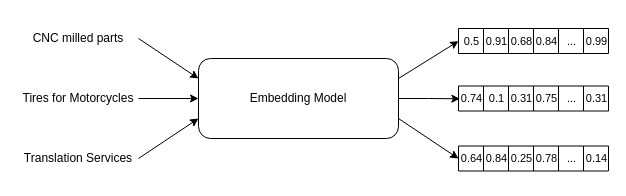
KaanDrn/diagrams keeps this draw.io diagram as paper1/example_encoding.drawio. Above is the earlier version. Source tidied: cells renumbered, new cells numbered last; positions are measured from the earlier drawing's top-left corner, leaving out a move shared by most shapes. Both pictures are drawn from the tidied source at 100%, with x=0, y=0 at pixel (18, 18).
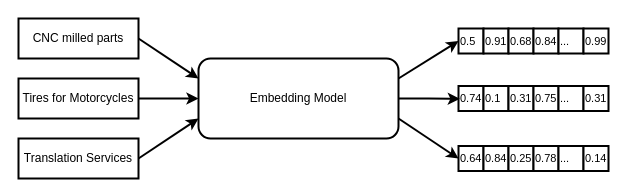
Above is the later version.

The edit, as a diff of the source:
```diff
@@
-    <mxCell id="2" value="CNC milled parts" style="text;html=1;align=center;verticalAlign=middle;whiteSpace=wrap;rounded=0;" parent="1" vertex="1">
+    <mxCell id="2" value="CNC milled parts" style="text;html=1;align=center;verticalAlign=middle;whiteSpace=wrap;rounded=0;strokeColor=default;strokeWidth=2;" parent="1" vertex="1">
       <mxGeometry width="120" height="40" as="geometry" />
     </mxCell>
-    <mxCell id="3" style="edgeStyle=orthogonalEdgeStyle;rounded=0;jettySize=auto;html=1;entryX=0;entryY=0.5;entryDx=0;entryDy=0;" parent="1" edge="1" source="4" target="6">
+    <mxCell id="3" style="edgeStyle=orthogonalEdgeStyle;rounded=0;jettySize=auto;html=1;entryX=0;entryY=0.5;entryDx=0;entryDy=0;strokeWidth=2;" parent="1" edge="1" source="4" target="6">
       <mxGeometry relative="1" as="geometry" />
     </mxCell>
-    <mxCell id="4" value="Tires for Motorcycles" style="text;html=1;align=center;verticalAlign=middle;whiteSpace=wrap;rounded=0;" parent="1" vertex="1">
+    <mxCell id="4" value="Tires for Motorcycles" style="text;html=1;align=center;verticalAlign=middle;whiteSpace=wrap;rounded=0;strokeColor=default;strokeWidth=2;" parent="1" vertex="1">
       <mxGeometry y="60" width="120" height="40" as="geometry" />
     </mxCell>
-    <mxCell id="5" value="Translation Services" style="text;html=1;align=center;verticalAlign=middle;whiteSpace=wrap;rounded=0;" parent="1" vertex="1">
+    <mxCell id="5" value="Translation Services" style="text;html=1;align=center;verticalAlign=middle;whiteSpace=wrap;rounded=0;strokeColor=default;strokeWidth=2;" parent="1" vertex="1">
       <mxGeometry y="120" width="120" height="40" as="geometry" />
     </mxCell>
-    <mxCell id="6" value="Embedding Model" style="rounded=1;whiteSpace=wrap;html=1;" parent="1" vertex="1">
+    <mxCell id="6" value="Embedding Model" style="rounded=1;whiteSpace=wrap;html=1;strokeWidth=2;" parent="1" vertex="1">
       <mxGeometry x="180" y="40" width="200" height="80" as="geometry" />
     </mxCell>
-    <mxCell id="7" value="0.5" style="verticalLabelPosition=middle;verticalAlign=middle;html=1;shape=mxgraph.basic.rect;fillColor2=none;strokeWidth=1;size=10;indent=5;fontSize=11;align=center;labelPosition=center;" parent="1" vertex="1">
+    <mxCell id="7" value="0.5" style="verticalLabelPosition=middle;verticalAlign=middle;html=1;shape=mxgraph.basic.rect;fillColor2=none;strokeWidth=2;size=10;indent=5;fontSize=11;align=left;labelPosition=center;" parent="1" vertex="1">
       <mxGeometry x="440" y="10" width="25" height="25" as="geometry" />
     </mxCell>
-    <mxCell id="8" value="0.91" style="verticalLabelPosition=middle;verticalAlign=middle;html=1;shape=mxgraph.basic.rect;fillColor2=none;strokeWidth=1;size=10;indent=5;fontSize=11;labelPosition=center;align=center;" parent="1" vertex="1">
+    <mxCell id="8" value="0.91" style="verticalLabelPosition=middle;verticalAlign=middle;html=1;shape=mxgraph.basic.rect;fillColor2=none;strokeWidth=2;size=10;indent=5;fontSize=11;labelPosition=center;align=left;" parent="1" vertex="1">
       <mxGeometry x="465" y="10" width="25" height="25" as="geometry" />
     </mxCell>
-    <mxCell id="9" value="0.68" style="verticalLabelPosition=middle;verticalAlign=middle;html=1;shape=mxgraph.basic.rect;fillColor2=none;strokeWidth=1;size=10;indent=5;fontSize=11;labelPosition=center;align=center;" parent="1" vertex="1">
+    <mxCell id="9" value="0.68" style="verticalLabelPosition=middle;verticalAlign=middle;html=1;shape=mxgraph.basic.rect;fillColor2=none;strokeWidth=2;size=10;indent=5;fontSize=11;labelPosition=center;align=left;" parent="1" vertex="1">
       <mxGeometry x="490" y="10" width="25" height="25" as="geometry" />
     </mxCell>
-    <mxCell id="10" value="0.84" style="verticalLabelPosition=middle;verticalAlign=middle;html=1;shape=mxgraph.basic.rect;fillColor2=none;strokeWidth=1;size=10;indent=5;fontSize=11;labelPosition=center;align=center;" parent="1" vertex="1">
+    <mxCell id="10" value="0.84" style="verticalLabelPosition=middle;verticalAlign=middle;html=1;shape=mxgraph.basic.rect;fillColor2=none;strokeWidth=2;size=10;indent=5;fontSize=11;labelPosition=center;align=left;" parent="1" vertex="1">
       <mxGeometry x="515" y="10" width="25" height="25" as="geometry" />
     </mxCell>
-    <mxCell id="11" value="..." style="verticalLabelPosition=middle;verticalAlign=middle;html=1;shape=mxgraph.basic.rect;fillColor2=none;strokeWidth=1;size=10;indent=5;fontSize=11;labelPosition=center;align=center;" parent="1" vertex="1">
+    <mxCell id="11" value="..." style="verticalLabelPosition=middle;verticalAlign=middle;html=1;shape=mxgraph.basic.rect;fillColor2=none;strokeWidth=2;size=10;indent=5;fontSize=11;labelPosition=center;align=left;" parent="1" vertex="1">
       <mxGeometry x="540" y="10" width="25" height="25" as="geometry" />
     </mxCell>
-    <mxCell id="12" value="0.99" style="verticalLabelPosition=middle;verticalAlign=middle;html=1;shape=mxgraph.basic.rect;fillColor2=none;strokeWidth=1;size=10;indent=5;fontSize=11;labelPosition=center;align=center;" parent="1" vertex="1">
+    <mxCell id="12" value="0.99" style="verticalLabelPosition=middle;verticalAlign=middle;html=1;shape=mxgraph.basic.rect;fillColor2=none;strokeWidth=2;size=10;indent=5;fontSize=11;labelPosition=center;align=left;" parent="1" vertex="1">
       <mxGeometry x="565" y="10" width="25" height="25" as="geometry" />
     </mxCell>
-    <mxCell id="13" value="0.74" style="verticalLabelPosition=middle;verticalAlign=middle;html=1;shape=mxgraph.basic.rect;fillColor2=none;strokeWidth=1;size=10;indent=5;fontSize=11;align=center;labelPosition=center;" parent="1" vertex="1">
+    <mxCell id="13" value="0.74" style="verticalLabelPosition=middle;verticalAlign=middle;html=1;shape=mxgraph.basic.rect;fillColor2=none;strokeWidth=2;size=10;indent=5;fontSize=11;align=left;labelPosition=center;" parent="1" vertex="1">
       <mxGeometry x="440" y="67.5" width="25" height="25" as="geometry" />
     </mxCell>
-    <mxCell id="14" value="0.1" style="verticalLabelPosition=middle;verticalAlign=middle;html=1;shape=mxgraph.basic.rect;fillColor2=none;strokeWidth=1;size=10;indent=5;fontSize=11;labelPosition=center;align=center;" parent="1" vertex="1">
+    <mxCell id="14" value="0.1" style="verticalLabelPosition=middle;verticalAlign=middle;html=1;shape=mxgraph.basic.rect;fillColor2=none;strokeWidth=2;size=10;indent=5;fontSize=11;labelPosition=center;align=left;" parent="1" vertex="1">
       <mxGeometry x="465" y="67.5" width="25" height="25" as="geometry" />
     </mxCell>
-    <mxCell id="15" value="0.31" style="verticalLabelPosition=middle;verticalAlign=middle;html=1;shape=mxgraph.basic.rect;fillColor2=none;strokeWidth=1;size=10;indent=5;fontSize=11;labelPosition=center;align=center;" parent="1" vertex="1">
+    <mxCell id="15" value="0.31" style="verticalLabelPosition=middle;verticalAlign=middle;html=1;shape=mxgraph.basic.rect;fillColor2=none;strokeWidth=2;size=10;indent=5;fontSize=11;labelPosition=center;align=left;" parent="1" vertex="1">
       <mxGeometry x="490" y="67.5" width="25" height="25" as="geometry" />
     </mxCell>
-    <mxCell id="16" value="0.75" style="verticalLabelPosition=middle;verticalAlign=middle;html=1;shape=mxgraph.basic.rect;fillColor2=none;strokeWidth=1;size=10;indent=5;fontSize=11;labelPosition=center;align=center;" parent="1" vertex="1">
+    <mxCell id="16" value="0.75" style="verticalLabelPosition=middle;verticalAlign=middle;html=1;shape=mxgraph.basic.rect;fillColor2=none;strokeWidth=2;size=10;indent=5;fontSize=11;labelPosition=center;align=left;" parent="1" vertex="1">
       <mxGeometry x="515" y="67.5" width="25" height="25" as="geometry" />
     </mxCell>
-    <mxCell id="17" value="..." style="verticalLabelPosition=middle;verticalAlign=middle;html=1;shape=mxgraph.basic.rect;fillColor2=none;strokeWidth=1;size=10;indent=5;fontSize=11;labelPosition=center;align=center;" parent="1" vertex="1">
+    <mxCell id="17" value="..." style="verticalLabelPosition=middle;verticalAlign=middle;html=1;shape=mxgraph.basic.rect;fillColor2=none;strokeWidth=2;size=10;indent=5;fontSize=11;labelPosition=center;align=left;" parent="1" vertex="1">
       <mxGeometry x="540" y="67.5" width="25" height="25" as="geometry" />
     </mxCell>
-    <mxCell id="18" value="0.31" style="verticalLabelPosition=middle;verticalAlign=middle;html=1;shape=mxgraph.basic.rect;fillColor2=none;strokeWidth=1;size=10;indent=5;fontSize=11;labelPosition=center;align=center;" parent="1" vertex="1">
+    <mxCell id="18" value="0.31" style="verticalLabelPosition=middle;verticalAlign=middle;html=1;shape=mxgraph.basic.rect;fillColor2=none;strokeWidth=2;size=10;indent=5;fontSize=11;labelPosition=center;align=left;" parent="1" vertex="1">
       <mxGeometry x="565" y="67.5" width="25" height="25" as="geometry" />
     </mxCell>
-    <mxCell id="19" value="0.64" style="verticalLabelPosition=middle;verticalAlign=middle;html=1;shape=mxgraph.basic.rect;fillColor2=none;strokeWidth=1;size=10;indent=5;fontSize=11;align=center;labelPosition=center;" parent="1" vertex="1">
+    <mxCell id="19" value="0.64" style="verticalLabelPosition=middle;verticalAlign=middle;html=1;shape=mxgraph.basic.rect;fillColor2=none;strokeWidth=2;size=10;indent=5;fontSize=11;align=left;labelPosition=center;" parent="1" vertex="1">
       <mxGeometry x="440" y="127.5" width="25" height="25" as="geometry" />
     </mxCell>
-    <mxCell id="20" value="0.84" style="verticalLabelPosition=middle;verticalAlign=middle;html=1;shape=mxgraph.basic.rect;fillColor2=none;strokeWidth=1;size=10;indent=5;fontSize=11;labelPosition=center;align=center;" parent="1" vertex="1">
+    <mxCell id="20" value="0.84" style="verticalLabelPosition=middle;verticalAlign=middle;html=1;shape=mxgraph.basic.rect;fillColor2=none;strokeWidth=2;size=10;indent=5;fontSize=11;labelPosition=center;align=left;" parent="1" vertex="1">
       <mxGeometry x="465" y="127.5" width="25" height="25" as="geometry" />
     </mxCell>
-    <mxCell id="21" value="0.25" style="verticalLabelPosition=middle;verticalAlign=middle;html=1;shape=mxgraph.basic.rect;fillColor2=none;strokeWidth=1;size=10;indent=5;fontSize=11;labelPosition=center;align=center;" parent="1" vertex="1">
+    <mxCell id="21" value="0.25" style="verticalLabelPosition=middle;verticalAlign=middle;html=1;shape=mxgraph.basic.rect;fillColor2=none;strokeWidth=2;size=10;indent=5;fontSize=11;labelPosition=center;align=left;" parent="1" vertex="1">
       <mxGeometry x="490" y="127.5" width="25" height="25" as="geometry" />
     </mxCell>
-    <mxCell id="22" value="0.78" style="verticalLabelPosition=middle;verticalAlign=middle;html=1;shape=mxgraph.basic.rect;fillColor2=none;strokeWidth=1;size=10;indent=5;fontSize=11;labelPosition=center;align=center;" parent="1" vertex="1">
+    <mxCell id="22" value="0.78" style="verticalLabelPosition=middle;verticalAlign=middle;html=1;shape=mxgraph.basic.rect;fillColor2=none;strokeWidth=2;size=10;indent=5;fontSize=11;labelPosition=center;align=left;" parent="1" vertex="1">
       <mxGeometry x="515" y="127.5" width="25" height="25" as="geometry" />
     </mxCell>
-    <mxCell id="23" value="..." style="verticalLabelPosition=middle;verticalAlign=middle;html=1;shape=mxgraph.basic.rect;fillColor2=none;strokeWidth=1;size=10;indent=5;fontSize=11;labelPosition=center;align=center;" parent="1" vertex="1">
+    <mxCell id="23" value="..." style="verticalLabelPosition=middle;verticalAlign=middle;html=1;shape=mxgraph.basic.rect;fillColor2=none;strokeWidth=2;size=10;indent=5;fontSize=11;labelPosition=center;align=left;" parent="1" vertex="1">
       <mxGeometry x="540" y="127.5" width="25" height="25" as="geometry" />
     </mxCell>
-    <mxCell id="24" value="0.14" style="verticalLabelPosition=middle;verticalAlign=middle;html=1;shape=mxgraph.basic.rect;fillColor2=none;strokeWidth=1;size=10;indent=5;fontSize=11;labelPosition=center;align=center;" parent="1" vertex="1">
+    <mxCell id="24" value="0.14" style="verticalLabelPosition=middle;verticalAlign=middle;html=1;shape=mxgraph.basic.rect;fillColor2=none;strokeWidth=2;size=10;indent=5;fontSize=11;labelPosition=center;align=left;" parent="1" vertex="1">
       <mxGeometry x="565" y="127.5" width="25" height="25" as="geometry" />
     </mxCell>
-    <mxCell id="25" style="endArrow=classic;html=1;rounded=0;exitX=1;exitY=0.5;exitDx=0;exitDy=0;entryX=0;entryY=0.25;entryDx=0;entryDy=0;" parent="1" edge="1" source="2" target="6">
+    <mxCell id="25" style="endArrow=classic;html=1;rounded=0;exitX=1;exitY=0.5;exitDx=0;exitDy=0;entryX=0;entryY=0.25;entryDx=0;entryDy=0;strokeWidth=2;" parent="1" edge="1" source="2" target="6">
       <mxGeometry relative="1" as="geometry" />
     </mxCell>
-    <mxCell id="26" style="endArrow=classic;html=1;rounded=0;exitX=1;exitY=0.5;exitDx=0;exitDy=0;entryX=0;entryY=0.75;entryDx=0;entryDy=0;" parent="1" edge="1" source="5" target="6">
+    <mxCell id="26" style="endArrow=classic;html=1;rounded=0;exitX=1;exitY=0.5;exitDx=0;exitDy=0;entryX=0;entryY=0.75;entryDx=0;entryDy=0;strokeWidth=2;" parent="1" edge="1" source="5" target="6">
       <mxGeometry relative="1" as="geometry" />
     </mxCell>
-    <mxCell id="27" style="edgeStyle=orthogonalEdgeStyle;rounded=0;jettySize=auto;html=1;entryX=0.054;entryY=0.511;entryDx=0;entryDy=0;entryPerimeter=0;" parent="1" edge="1" source="6" target="13">
+    <mxCell id="27" style="edgeStyle=orthogonalEdgeStyle;rounded=0;jettySize=auto;html=1;entryX=0.054;entryY=0.511;entryDx=0;entryDy=0;entryPerimeter=0;strokeWidth=2;" parent="1" edge="1" source="6" target="13">
       <mxGeometry relative="1" as="geometry" />
     </mxCell>
-    <mxCell id="28" style="endArrow=classic;html=1;rounded=0;entryX=0.002;entryY=0.504;entryDx=0;entryDy=0;entryPerimeter=0;exitX=1;exitY=0.25;exitDx=0;exitDy=0;" parent="1" edge="1" source="6" target="7">
+    <mxCell id="28" style="endArrow=classic;html=1;rounded=0;entryX=0.002;entryY=0.504;entryDx=0;entryDy=0;entryPerimeter=0;exitX=1;exitY=0.25;exitDx=0;exitDy=0;strokeWidth=2;" parent="1" edge="1" source="6" target="7">
       <mxGeometry relative="1" as="geometry" />
     </mxCell>
-    <mxCell id="29" style="endArrow=classic;html=1;rounded=0;exitX=1;exitY=0.75;exitDx=0;exitDy=0;entryX=0.002;entryY=0.504;entryDx=0;entryDy=0;entryPerimeter=0;" parent="1" edge="1" source="6" target="19">
+    <mxCell id="29" style="endArrow=classic;html=1;rounded=0;exitX=1;exitY=0.75;exitDx=0;exitDy=0;entryX=0.002;entryY=0.504;entryDx=0;entryDy=0;entryPerimeter=0;strokeWidth=2;" parent="1" edge="1" source="6" target="19">
       <mxGeometry relative="1" as="geometry" />
     </mxCell>
```
